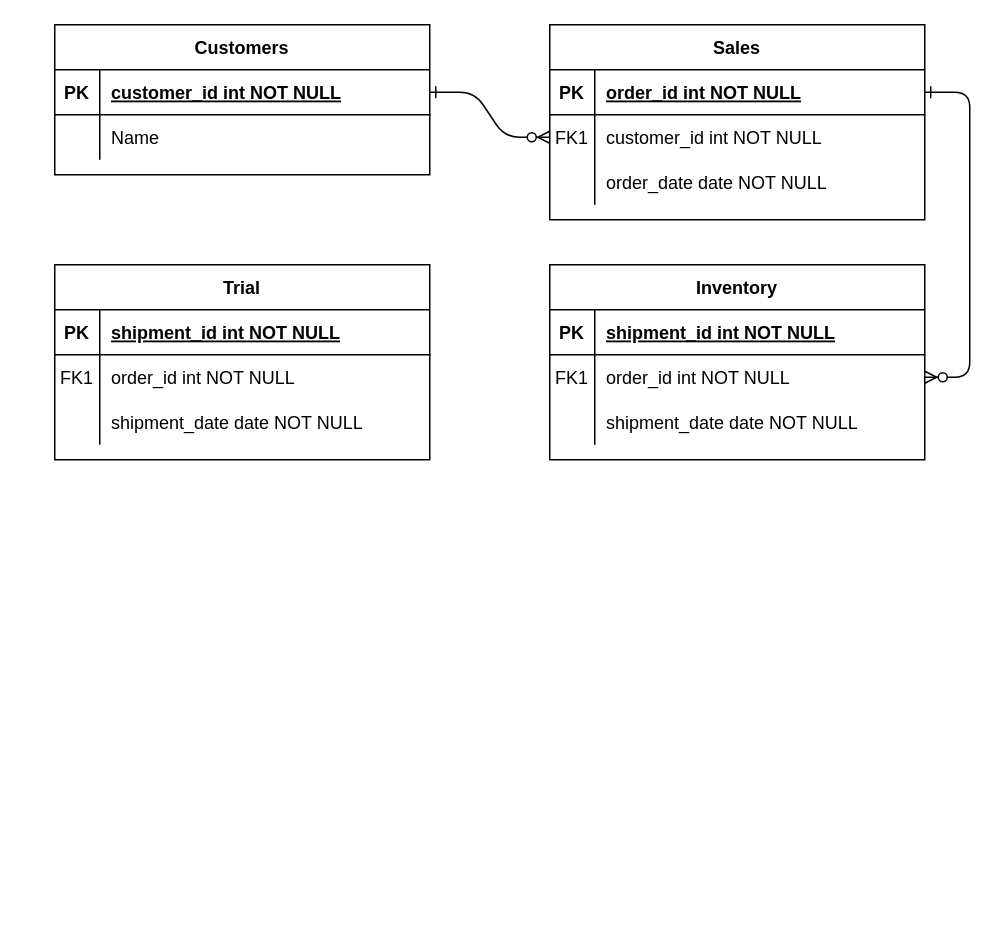
Above: lab4/Untitled Diagram.drawio in ozarikar/csc362_f24_zarikar (draw.io), before the change. Source tidied: cells renumbered, new cells numbered last; positions are measured from the earlier drawing's top-left corner, leaving out a move shared by most shapes. Both pictures are drawn from the tidied source at 150%, with x=0, y=0 at pixel (54, 24).
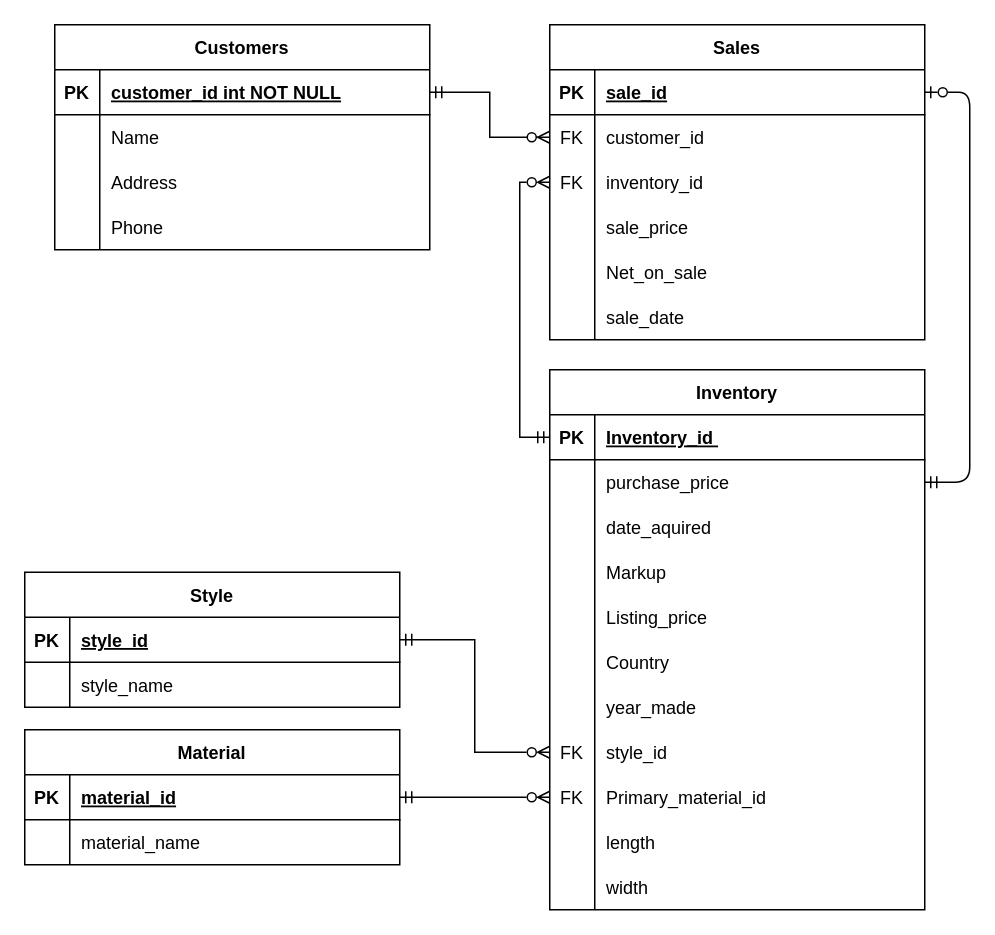
After the change.

The change refers to these unchanged cells:
```xml
<mxCell id="5" style="shape=partialRectangle;fillColor=none;points=[[0,0.5],[1,0.5]];portConstraint=eastwest;top=0;left=0;right=0;bottom=1;" parent="4" vertex="1">
  <mxGeometry y="30" width="250" height="30" as="geometry" />
</mxCell>
<mxCell id="8" style="shape=partialRectangle;fillColor=none;points=[[0,0.5],[1,0.5]];portConstraint=eastwest;top=0;left=0;right=0;bottom=0;" parent="4" vertex="1">
  <mxGeometry y="60" width="250" height="30" as="geometry" />
</mxCell>
<mxCell id="11" style="shape=partialRectangle;fillColor=none;points=[[0,0.5],[1,0.5]];portConstraint=eastwest;top=0;left=0;right=0;bottom=0;" parent="4" vertex="1">
  <mxGeometry y="90" width="250" height="30" as="geometry" />
</mxCell>
<mxCell id="15" style="shape=partialRectangle;fillColor=none;points=[[0,0.5],[1,0.5]];portConstraint=eastwest;top=0;left=0;right=0;bottom=1;" parent="14" vertex="1">
  <mxGeometry y="30" width="250" height="30" as="geometry" />
</mxCell>
<mxCell id="18" style="shape=partialRectangle;fillColor=none;points=[[0,0.5],[1,0.5]];portConstraint=eastwest;top=0;left=0;right=0;bottom=0;" parent="14" vertex="1">
  <mxGeometry y="60" width="250" height="30" as="geometry" />
</mxCell>
<mxCell id="21" style="shape=partialRectangle;fillColor=none;top=0;left=0;right=0;bottom=0;" parent="14" vertex="1">
  <mxGeometry y="90" width="250" height="30" as="geometry" />
</mxCell>
<mxCell id="25" style="shape=partialRectangle;fillColor=none;points=[[0,0.5],[1,0.5]];portConstraint=eastwest;top=0;left=0;right=0;bottom=1;" parent="24" vertex="1">
  <mxGeometry y="30" width="250" height="30" as="geometry" />
</mxCell>
<mxCell id="32" style="shape=partialRectangle;fillColor=none;points=[[0,0.5],[1,0.5]];portConstraint=eastwest;top=0;left=0;right=0;bottom=1;" parent="31" vertex="1">
  <mxGeometry y="30" width="250" height="30" as="geometry" />
</mxCell>
<mxCell id="35" style="shape=partialRectangle;fillColor=none;top=0;left=0;right=0;bottom=0;" parent="31" vertex="1">
  <mxGeometry y="60" width="250" height="30" as="geometry" />
</mxCell>
```

What changed in the source:
```diff
@@
-    <mxCell id="2" style="edgeStyle=entityRelationEdgeStyle;endArrow=ERzeroToMany;startArrow=ERone;endFill=1;startFill=0;" parent="1" edge="1" source="25" target="8">
+    <mxCell id="2" style="endArrow=ERzeroToMany;startArrow=ERmandOne;endFill=1;startFill=0;edgeStyle=orthogonalEdgeStyle;rounded=0;curved=0;" parent="1" edge="1" source="25" target="8">
       <mxGeometry relative="1" as="geometry" />
     </mxCell>
-    <mxCell id="3" style="edgeStyle=entityRelationEdgeStyle;endArrow=ERzeroToMany;startArrow=ERone;endFill=1;startFill=0;" parent="1" edge="1" source="5" target="18">
+    <mxCell id="3" style="edgeStyle=entityRelationEdgeStyle;endArrow=ERmandOne;startArrow=ERzeroToOne;endFill=0;startFill=0;" parent="1" edge="1" source="5" target="18">
       <mxGeometry relative="1" as="geometry" />
     </mxCell>
     <mxCell id="4" value="Sales" style="shape=table;startSize=30;childLayout=tableLayout;rowLines=0;fontStyle=1;align=center;" parent="1" vertex="1">
-      <mxGeometry x="330" width="250" height="130" as="geometry" />
+      <mxGeometry x="330" width="250" height="210" as="geometry" />
     </mxCell>
@@
-    <mxCell id="7" value="order_id int NOT NULL " style="shape=partialRectangle;overflow=hidden;fillColor=none;top=0;left=0;bottom=0;right=0;align=left;spacingLeft=6;fontStyle=5;" parent="5" vertex="1">
+    <mxCell id="7" value="sale_id" style="shape=partialRectangle;overflow=hidden;fillColor=none;top=0;left=0;bottom=0;right=0;align=left;spacingLeft=6;fontStyle=5;" parent="5" vertex="1">
       <mxGeometry x="30" width="220" height="30" as="geometry" />
     </mxCell>
@@
-    <mxCell id="9" value="FK1" style="shape=partialRectangle;overflow=hidden;fillColor=none;top=0;left=0;bottom=0;right=0;" parent="8" vertex="1">
+    <mxCell id="9" value="FK" style="shape=partialRectangle;overflow=hidden;fillColor=none;top=0;left=0;bottom=0;right=0;" parent="8" vertex="1">
       <mxGeometry width="30" height="30" as="geometry" />
     </mxCell>
-    <mxCell id="10" value="customer_id int NOT NULL" style="shape=partialRectangle;overflow=hidden;fillColor=none;top=0;left=0;bottom=0;right=0;align=left;spacingLeft=6;" parent="8" vertex="1">
+    <mxCell id="10" value="customer_id" style="shape=partialRectangle;overflow=hidden;fillColor=none;top=0;left=0;bottom=0;right=0;align=left;spacingLeft=6;" parent="8" vertex="1">
       <mxGeometry x="30" width="220" height="30" as="geometry" />
     </mxCell>
@@
-    <mxCell id="12" style="shape=partialRectangle;overflow=hidden;fillColor=none;top=0;left=0;bottom=0;right=0;" parent="11" vertex="1">
+    <mxCell id="12" value="FK" style="shape=partialRectangle;overflow=hidden;fillColor=none;top=0;left=0;bottom=0;right=0;" parent="11" vertex="1">
       <mxGeometry width="30" height="30" as="geometry" />
     </mxCell>
-    <mxCell id="13" value="order_date date NOT NULL" style="shape=partialRectangle;overflow=hidden;fillColor=none;top=0;left=0;bottom=0;right=0;align=left;spacingLeft=6;" parent="11" vertex="1">
+    <mxCell id="13" value="inventory_id" style="shape=partialRectangle;overflow=hidden;fillColor=none;top=0;left=0;bottom=0;right=0;align=left;spacingLeft=6;" parent="11" vertex="1">
       <mxGeometry x="30" width="220" height="30" as="geometry" />
     </mxCell>
+    <mxCell id="41" style="shape=partialRectangle;fillColor=none;top=0;left=0;right=0;bottom=0;" parent="4" vertex="1">
+      <mxGeometry y="120" width="250" height="30" as="geometry" />
+    </mxCell>
+    <mxCell id="42" style="shape=partialRectangle;overflow=hidden;fillColor=none;top=0;left=0;bottom=0;right=0;" parent="41" vertex="1">
+      <mxGeometry width="30" height="30" as="geometry" />
+    </mxCell>
+    <mxCell id="43" value="sale_price" style="shape=partialRectangle;overflow=hidden;fillColor=none;top=0;left=0;bottom=0;right=0;align=left;spacingLeft=6;" parent="41" vertex="1">
+      <mxGeometry x="30" width="220" height="30" as="geometry" />
+    </mxCell>
+    <mxCell id="44" style="shape=partialRectangle;fillColor=none;top=0;left=0;right=0;bottom=0;" parent="4" vertex="1">
+      <mxGeometry y="150" width="250" height="30" as="geometry" />
+    </mxCell>
+    <mxCell id="45" style="shape=partialRectangle;overflow=hidden;fillColor=none;top=0;left=0;bottom=0;right=0;" parent="44" vertex="1">
+      <mxGeometry width="30" height="30" as="geometry" />
+    </mxCell>
+    <mxCell id="46" value="Net_on_sale" style="shape=partialRectangle;overflow=hidden;fillColor=none;top=0;left=0;bottom=0;right=0;align=left;spacingLeft=6;" parent="44" vertex="1">
+      <mxGeometry x="30" width="220" height="30" as="geometry" />
+    </mxCell>
+    <mxCell id="47" style="shape=partialRectangle;fillColor=none;top=0;left=0;right=0;bottom=0;" parent="4" vertex="1">
+      <mxGeometry y="180" width="250" height="30" as="geometry" />
+    </mxCell>
+    <mxCell id="48" style="shape=partialRectangle;overflow=hidden;fillColor=none;top=0;left=0;bottom=0;right=0;" parent="47" vertex="1">
+      <mxGeometry width="30" height="30" as="geometry" />
+    </mxCell>
+    <mxCell id="49" value="sale_date" style="shape=partialRectangle;overflow=hidden;fillColor=none;top=0;left=0;bottom=0;right=0;align=left;spacingLeft=6;" parent="47" vertex="1">
+      <mxGeometry x="30" width="220" height="30" as="geometry" />
+    </mxCell>
     <mxCell id="14" value="Inventory" style="shape=table;startSize=30;childLayout=tableLayout;rowLines=0;fontStyle=1;align=center;" parent="1" vertex="1">
-      <mxGeometry x="330" y="160" width="250" height="130" as="geometry" />
+      <mxGeometry x="330" y="230" width="250" height="360" as="geometry" />
     </mxCell>
@@
-    <mxCell id="17" value="shipment_id int NOT NULL " style="shape=partialRectangle;overflow=hidden;fillColor=none;top=0;left=0;bottom=0;right=0;align=left;spacingLeft=6;fontStyle=5;" parent="15" vertex="1">
+    <mxCell id="17" value="Inventory_id " style="shape=partialRectangle;overflow=hidden;fillColor=none;top=0;left=0;bottom=0;right=0;align=left;spacingLeft=6;fontStyle=5;" parent="15" vertex="1">
       <mxGeometry x="30" width="220" height="30" as="geometry" />
     </mxCell>
@@
-    <mxCell id="19" value="FK1" style="shape=partialRectangle;overflow=hidden;fillColor=none;top=0;left=0;bottom=0;right=0;" parent="18" vertex="1">
+    <mxCell id="19" style="shape=partialRectangle;overflow=hidden;fillColor=none;top=0;left=0;bottom=0;right=0;" parent="18" vertex="1">
       <mxGeometry width="30" height="30" as="geometry" />
     </mxCell>
-    <mxCell id="20" value="order_id int NOT NULL" style="shape=partialRectangle;overflow=hidden;fillColor=none;top=0;left=0;bottom=0;right=0;align=left;spacingLeft=6;" parent="18" vertex="1">
+    <mxCell id="20" value="purchase_price" style="shape=partialRectangle;overflow=hidden;fillColor=none;top=0;left=0;bottom=0;right=0;align=left;spacingLeft=6;" parent="18" vertex="1">
       <mxGeometry x="30" width="220" height="30" as="geometry" />
     </mxCell>
@@
-    <mxCell id="23" value="shipment_date date NOT NULL" style="shape=partialRectangle;overflow=hidden;fillColor=none;top=0;left=0;bottom=0;right=0;align=left;spacingLeft=6;" parent="21" vertex="1">
+    <mxCell id="23" value="date_aquired" style="shape=partialRectangle;overflow=hidden;fillColor=none;top=0;left=0;bottom=0;right=0;align=left;spacingLeft=6;" parent="21" vertex="1">
       <mxGeometry x="30" width="220" height="30" as="geometry" />
     </mxCell>
+    <mxCell id="50" style="shape=partialRectangle;fillColor=none;top=0;left=0;right=0;bottom=0;" parent="14" vertex="1">
+      <mxGeometry y="120" width="250" height="30" as="geometry" />
+    </mxCell>
+    <mxCell id="51" style="shape=partialRectangle;overflow=hidden;fillColor=none;top=0;left=0;bottom=0;right=0;" parent="50" vertex="1">
+      <mxGeometry width="30" height="30" as="geometry" />
+    </mxCell>
+    <mxCell id="52" value="Markup" style="shape=partialRectangle;overflow=hidden;fillColor=none;top=0;left=0;bottom=0;right=0;align=left;spacingLeft=6;" parent="50" vertex="1">
+      <mxGeometry x="30" width="220" height="30" as="geometry" />
+    </mxCell>
+    <mxCell id="53" style="shape=partialRectangle;fillColor=none;top=0;left=0;right=0;bottom=0;" parent="14" vertex="1">
+      <mxGeometry y="150" width="250" height="30" as="geometry" />
+    </mxCell>
+    <mxCell id="54" style="shape=partialRectangle;overflow=hidden;fillColor=none;top=0;left=0;bottom=0;right=0;" parent="53" vertex="1">
+      <mxGeometry width="30" height="30" as="geometry" />
+    </mxCell>
+    <mxCell id="55" value="Listing_price" style="shape=partialRectangle;overflow=hidden;fillColor=none;top=0;left=0;bottom=0;right=0;align=left;spacingLeft=6;" parent="53" vertex="1">
+      <mxGeometry x="30" width="220" height="30" as="geometry" />
+    </mxCell>
+    <mxCell id="56" style="shape=partialRectangle;fillColor=none;top=0;left=0;right=0;bottom=0;" parent="14" vertex="1">
+      <mxGeometry y="180" width="250" height="30" as="geometry" />
+    </mxCell>
+    <mxCell id="57" style="shape=partialRectangle;overflow=hidden;fillColor=none;top=0;left=0;bottom=0;right=0;" parent="56" vertex="1">
+      <mxGeometry width="30" height="30" as="geometry" />
+    </mxCell>
+    <mxCell id="58" value="Country" style="shape=partialRectangle;overflow=hidden;fillColor=none;top=0;left=0;bottom=0;right=0;align=left;spacingLeft=6;" parent="56" vertex="1">
+      <mxGeometry x="30" width="220" height="30" as="geometry" />
+    </mxCell>
+    <mxCell id="59" style="shape=partialRectangle;fillColor=none;top=0;left=0;right=0;bottom=0;" parent="14" vertex="1">
+      <mxGeometry y="210" width="250" height="30" as="geometry" />
+    </mxCell>
+    <mxCell id="60" style="shape=partialRectangle;overflow=hidden;fillColor=none;top=0;left=0;bottom=0;right=0;" parent="59" vertex="1">
+      <mxGeometry width="30" height="30" as="geometry" />
+    </mxCell>
+    <mxCell id="61" value="year_made" style="shape=partialRectangle;overflow=hidden;fillColor=none;top=0;left=0;bottom=0;right=0;align=left;spacingLeft=6;" parent="59" vertex="1">
+      <mxGeometry x="30" width="220" height="30" as="geometry" />
+    </mxCell>
+    <mxCell id="62" style="shape=partialRectangle;fillColor=none;points=[[0,0.5],[1,0.5]];portConstraint=eastwest;top=0;left=0;right=0;bottom=0;" parent="14" vertex="1">
+      <mxGeometry y="240" width="250" height="30" as="geometry" />
+    </mxCell>
+    <mxCell id="63" value="FK" style="shape=partialRectangle;overflow=hidden;fillColor=none;top=0;left=0;bottom=0;right=0;" parent="62" vertex="1">
+      <mxGeometry width="30" height="30" as="geometry" />
+    </mxCell>
+    <mxCell id="64" value="style_id" style="shape=partialRectangle;overflow=hidden;fillColor=none;top=0;left=0;bottom=0;right=0;align=left;spacingLeft=6;" parent="62" vertex="1">
+      <mxGeometry x="30" width="220" height="30" as="geometry" />
+    </mxCell>
+    <mxCell id="65" style="shape=partialRectangle;fillColor=none;points=[[0,0.5],[1,0.5]];portConstraint=eastwest;top=0;left=0;right=0;bottom=0;" parent="14" vertex="1">
+      <mxGeometry y="270" width="250" height="30" as="geometry" />
+    </mxCell>
+    <mxCell id="66" value="FK" style="shape=partialRectangle;overflow=hidden;fillColor=none;top=0;left=0;bottom=0;right=0;" parent="65" vertex="1">
+      <mxGeometry width="30" height="30" as="geometry" />
+    </mxCell>
+    <mxCell id="67" value="Primary_material_id" style="shape=partialRectangle;overflow=hidden;fillColor=none;top=0;left=0;bottom=0;right=0;align=left;spacingLeft=6;" parent="65" vertex="1">
+      <mxGeometry x="30" width="220" height="30" as="geometry" />
+    </mxCell>
+    <mxCell id="68" style="shape=partialRectangle;fillColor=none;top=0;left=0;right=0;bottom=0;" parent="14" vertex="1">
+      <mxGeometry y="300" width="250" height="30" as="geometry" />
+    </mxCell>
+    <mxCell id="69" style="shape=partialRectangle;overflow=hidden;fillColor=none;top=0;left=0;bottom=0;right=0;" parent="68" vertex="1">
+      <mxGeometry width="30" height="30" as="geometry" />
+    </mxCell>
+    <mxCell id="70" value="length" style="shape=partialRectangle;overflow=hidden;fillColor=none;top=0;left=0;bottom=0;right=0;align=left;spacingLeft=6;" parent="68" vertex="1">
+      <mxGeometry x="30" width="220" height="30" as="geometry" />
+    </mxCell>
+    <mxCell id="71" style="shape=partialRectangle;fillColor=none;top=0;left=0;right=0;bottom=0;" parent="14" vertex="1">
+      <mxGeometry y="330" width="250" height="30" as="geometry" />
+    </mxCell>
+    <mxCell id="72" style="shape=partialRectangle;overflow=hidden;fillColor=none;top=0;left=0;bottom=0;right=0;" parent="71" vertex="1">
+      <mxGeometry width="30" height="30" as="geometry" />
+    </mxCell>
+    <mxCell id="73" value="width" style="shape=partialRectangle;overflow=hidden;fillColor=none;top=0;left=0;bottom=0;right=0;align=left;spacingLeft=6;" parent="71" vertex="1">
+      <mxGeometry x="30" width="220" height="30" as="geometry" />
+    </mxCell>
     <mxCell id="24" value="Customers" style="shape=table;startSize=30;childLayout=tableLayout;rowLines=0;fontStyle=1;align=center;" parent="1" vertex="1">
-      <mxGeometry width="250" height="100" as="geometry" />
+      <mxGeometry width="250" height="150" as="geometry" />
     </mxCell>
@@
+    <mxCell id="38" style="shape=partialRectangle;fillColor=none;top=0;left=0;right=0;bottom=0;" parent="24" vertex="1">
+      <mxGeometry y="90" width="250" height="30" as="geometry" />
+    </mxCell>
+    <mxCell id="74" style="shape=partialRectangle;overflow=hidden;fillColor=none;top=0;left=0;bottom=0;right=0;" parent="38" vertex="1">
+      <mxGeometry width="30" height="30" as="geometry" />
+    </mxCell>
+    <mxCell id="75" value="Address" style="shape=partialRectangle;overflow=hidden;fillColor=none;top=0;left=0;bottom=0;right=0;align=left;spacingLeft=6;" parent="38" vertex="1">
+      <mxGeometry x="30" width="220" height="30" as="geometry" />
+    </mxCell>
+    <mxCell id="76" style="shape=partialRectangle;fillColor=none;top=0;left=0;right=0;bottom=0;" parent="24" vertex="1">
+      <mxGeometry y="120" width="250" height="30" as="geometry" />
+    </mxCell>
+    <mxCell id="77" style="shape=partialRectangle;overflow=hidden;fillColor=none;top=0;left=0;bottom=0;right=0;" parent="76" vertex="1">
+      <mxGeometry width="30" height="30" as="geometry" />
+    </mxCell>
+    <mxCell id="78" value="Phone" style="shape=partialRectangle;overflow=hidden;fillColor=none;top=0;left=0;bottom=0;right=0;align=left;spacingLeft=6;" parent="76" vertex="1">
+      <mxGeometry x="30" width="220" height="30" as="geometry" />
+    </mxCell>
-    <mxCell id="31" value="Trial" style="shape=table;startSize=30;childLayout=tableLayout;rowLines=0;fontStyle=1;align=center;" parent="1" vertex="1">
-      <mxGeometry y="160" width="250" height="130" as="geometry" />
+    <mxCell id="31" value="Style" style="shape=table;startSize=30;childLayout=tableLayout;rowLines=0;fontStyle=1;align=center;" parent="1" vertex="1">
+      <mxGeometry x="-20" y="365" width="250" height="90" as="geometry" />
     </mxCell>
@@
-    <mxCell id="34" value="shipment_id int NOT NULL " style="shape=partialRectangle;overflow=hidden;fillColor=none;top=0;left=0;bottom=0;right=0;align=left;spacingLeft=6;fontStyle=5;" parent="32" vertex="1">
+    <mxCell id="34" value="style_id" style="shape=partialRectangle;overflow=hidden;fillColor=none;top=0;left=0;bottom=0;right=0;align=left;spacingLeft=6;fontStyle=5;" parent="32" vertex="1">
       <mxGeometry x="30" width="220" height="30" as="geometry" />
     </mxCell>
@@
-    <mxCell id="36" value="FK1" style="shape=partialRectangle;overflow=hidden;fillColor=none;top=0;left=0;bottom=0;right=0;" parent="35" vertex="1">
+    <mxCell id="36" style="shape=partialRectangle;overflow=hidden;fillColor=none;top=0;left=0;bottom=0;right=0;" parent="35" vertex="1">
       <mxGeometry width="30" height="30" as="geometry" />
     </mxCell>
-    <mxCell id="37" value="order_id int NOT NULL" style="shape=partialRectangle;overflow=hidden;fillColor=none;top=0;left=0;bottom=0;right=0;align=left;spacingLeft=6;" parent="35" vertex="1">
+    <mxCell id="37" value="style_name" style="shape=partialRectangle;overflow=hidden;fillColor=none;top=0;left=0;bottom=0;right=0;align=left;spacingLeft=6;" parent="35" vertex="1">
       <mxGeometry x="30" width="220" height="30" as="geometry" />
     </mxCell>
-    <mxCell id="38" style="shape=partialRectangle;fillColor=none;top=0;left=0;right=0;bottom=0;" parent="31" vertex="1">
-      <mxGeometry y="90" width="250" height="30" as="geometry" />
-    </mxCell>
-    <mxCell id="39" style="shape=partialRectangle;overflow=hidden;fillColor=none;top=0;left=0;bottom=0;right=0;" parent="38" vertex="1">
-      <mxGeometry width="30" height="30" as="geometry" />
-    </mxCell>
-    <mxCell id="40" value="shipment_date date NOT NULL" style="shape=partialRectangle;overflow=hidden;fillColor=none;top=0;left=0;bottom=0;right=0;align=left;spacingLeft=6;" parent="38" vertex="1">
-      <mxGeometry x="30" width="220" height="30" as="geometry" />
-    </mxCell>
+    <mxCell id="79" value="Material" style="shape=table;startSize=30;childLayout=tableLayout;rowLines=0;fontStyle=1;align=center;" parent="1" vertex="1">
+      <mxGeometry x="-20" y="470" width="250" height="90" as="geometry" />
+    </mxCell>
+    <mxCell id="80" style="shape=partialRectangle;fillColor=none;points=[[0,0.5],[1,0.5]];portConstraint=eastwest;top=0;left=0;right=0;bottom=1;" parent="79" vertex="1">
+      <mxGeometry y="30" width="250" height="30" as="geometry" />
+    </mxCell>
+    <mxCell id="81" value="PK" style="shape=partialRectangle;overflow=hidden;fillColor=none;top=0;left=0;bottom=0;right=0;fontStyle=1;" parent="80" vertex="1">
+      <mxGeometry width="30" height="30" as="geometry" />
+    </mxCell>
+    <mxCell id="82" value="material_id" style="shape=partialRectangle;overflow=hidden;fillColor=none;top=0;left=0;bottom=0;right=0;align=left;spacingLeft=6;fontStyle=5;" parent="80" vertex="1">
+      <mxGeometry x="30" width="220" height="30" as="geometry" />
+    </mxCell>
+    <mxCell id="83" style="shape=partialRectangle;fillColor=none;top=0;left=0;right=0;bottom=0;" parent="79" vertex="1">
+      <mxGeometry y="60" width="250" height="30" as="geometry" />
+    </mxCell>
+    <mxCell id="84" style="shape=partialRectangle;overflow=hidden;fillColor=none;top=0;left=0;bottom=0;right=0;" parent="83" vertex="1">
+      <mxGeometry width="30" height="30" as="geometry" />
+    </mxCell>
+    <mxCell id="85" value="material_name" style="shape=partialRectangle;overflow=hidden;fillColor=none;top=0;left=0;bottom=0;right=0;align=left;spacingLeft=6;" parent="83" vertex="1">
+      <mxGeometry x="30" width="220" height="30" as="geometry" />
+    </mxCell>
+    <mxCell id="86" style="edgeStyle=orthogonalEdgeStyle;rounded=0;jettySize=auto;html=1;exitX=0;exitY=0.5;exitDx=0;exitDy=0;entryX=1;entryY=0.5;entryDx=0;entryDy=0;endArrow=ERmandOne;endFill=0;startArrow=ERzeroToMany;startFill=0;" parent="1" edge="1" source="62" target="32">
+      <mxGeometry relative="1" as="geometry" />
+    </mxCell>
+    <mxCell id="87" style="edgeStyle=orthogonalEdgeStyle;rounded=0;jettySize=auto;html=1;exitX=0;exitY=0.5;exitDx=0;exitDy=0;entryX=1;entryY=0.5;entryDx=0;entryDy=0;startArrow=ERzeroToMany;startFill=0;endArrow=ERmandOne;endFill=0;" parent="1" edge="1" source="65" target="80">
+      <mxGeometry relative="1" as="geometry" />
+    </mxCell>
+    <mxCell id="88" style="edgeStyle=orthogonalEdgeStyle;rounded=0;jettySize=auto;html=1;exitX=0;exitY=0.5;exitDx=0;exitDy=0;entryX=0;entryY=0.5;entryDx=0;entryDy=0;endArrow=ERzeroToMany;endFill=0;startArrow=ERmandOne;startFill=0;" parent="1" edge="1" source="15" target="11">
+      <mxGeometry relative="1" as="geometry" />
+    </mxCell>
```
